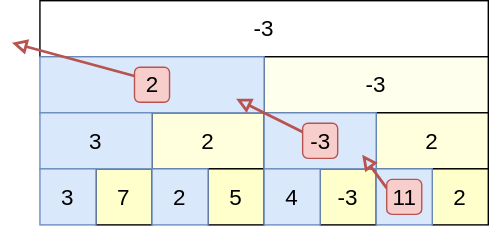
Kyoroid/algorithm keeps this draw.io diagram as source/data_structure/images/rmq_query_bottomup_r.svg. Above is the earlier version. Source tidied: cells renumbered, new cells last; positions are measured from the earlier drawing's top-left corner, leaving out a move shared by most shapes.
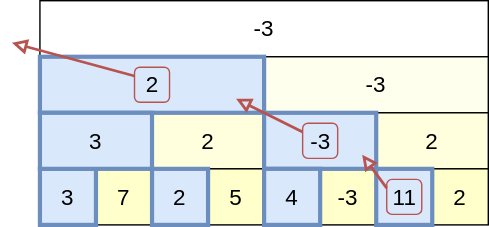
After the commit.

Change to the diagram source:
```diff
@@ -32,46 +32,55 @@
     <mxCell id="11" style="group;" parent="2" vertex="1">
       <mxGeometry y="40" width="280" height="120" as="geometry" />
     </mxCell>
-    <mxCell id="12" style="rounded=0;whiteSpace=wrap;html=1;fontSize=16;fillColor=#dae8fc;strokeColor=#6c8ebf;" parent="11" vertex="1">
+    <mxCell id="12" style="rounded=0;whiteSpace=wrap;html=1;fontSize=16;fillColor=#dae8fc;strokeColor=#6c8ebf;strokeWidth=3;" parent="11" vertex="1">
       <mxGeometry width="160" height="40" as="geometry" />
     </mxCell>
     <mxCell id="13" value="3" style="rounded=0;whiteSpace=wrap;html=1;fontSize=16;fillColor=#dae8fc;strokeColor=#6c8ebf;" parent="11" vertex="1">
       <mxGeometry y="40" width="80" height="40" as="geometry" />
     </mxCell>
-    <mxCell id="14" style="rounded=0;whiteSpace=wrap;html=1;fontSize=16;fillColor=#dae8fc;strokeColor=#6c8ebf;" parent="11" vertex="1">
+    <mxCell id="14" style="rounded=0;whiteSpace=wrap;html=1;fontSize=16;fillColor=#dae8fc;strokeColor=#6c8ebf;strokeWidth=3;" parent="11" vertex="1">
       <mxGeometry x="160" y="40" width="80" height="40" as="geometry" />
     </mxCell>
-    <mxCell id="15" value="3" style="rounded=0;whiteSpace=wrap;html=1;fontSize=16;fillColor=#dae8fc;strokeColor=#6c8ebf;" parent="11" vertex="1">
+    <mxCell id="15" value="3" style="rounded=0;whiteSpace=wrap;html=1;fontSize=16;fillColor=#dae8fc;strokeColor=#6c8ebf;strokeWidth=3;" parent="11" vertex="1">
       <mxGeometry y="80" width="40" height="40" as="geometry" />
     </mxCell>
-    <mxCell id="16" value="2" style="rounded=0;whiteSpace=wrap;html=1;fontSize=16;fillColor=#dae8fc;strokeColor=#6c8ebf;" parent="11" vertex="1">
+    <mxCell id="16" value="2" style="rounded=0;whiteSpace=wrap;html=1;fontSize=16;fillColor=#dae8fc;strokeColor=#6c8ebf;strokeWidth=3;" parent="11" vertex="1">
       <mxGeometry x="80" y="80" width="40" height="40" as="geometry" />
     </mxCell>
-    <mxCell id="17" value="4" style="rounded=0;whiteSpace=wrap;html=1;fontSize=16;fillColor=#dae8fc;strokeColor=#6c8ebf;" parent="11" vertex="1">
+    <mxCell id="17" value="4" style="rounded=0;whiteSpace=wrap;html=1;fontSize=16;fillColor=#dae8fc;strokeColor=#6c8ebf;strokeWidth=3;" parent="11" vertex="1">
       <mxGeometry x="160" y="80" width="40" height="40" as="geometry" />
     </mxCell>
-    <mxCell id="18" style="rounded=0;whiteSpace=wrap;html=1;fontSize=16;fillColor=#dae8fc;strokeColor=#6c8ebf;" parent="11" vertex="1">
+    <mxCell id="18" style="rounded=0;whiteSpace=wrap;html=1;fontSize=16;fillColor=#dae8fc;strokeColor=#6c8ebf;strokeWidth=3;" parent="11" vertex="1">
       <mxGeometry x="240" y="80" width="40" height="40" as="geometry" />
     </mxCell>
-    <mxCell id="19" style="edgeStyle=none;rounded=0;jettySize=auto;html=1;exitX=0;exitY=0.25;exitDx=0;exitDy=0;entryX=0.875;entryY=0.75;entryDx=0;entryDy=0;entryPerimeter=0;endArrow=block;endFill=0;strokeWidth=2;fontSize=16;fillColor=#f8cecc;strokeColor=#b85450;" parent="11" edge="1" source="20" target="12">
-      <mxGeometry relative="1" as="geometry" />
+    <mxCell id="19" style="group;" parent="11" vertex="1">
+      <mxGeometry x="67.5" y="7.5" width="145" height="65" as="geometry" />
     </mxCell>
-    <mxCell id="20" value="-3" style="rounded=1;whiteSpace=wrap;html=1;fillColor=#f8cecc;fontSize=16;strokeColor=#b85450;" parent="11" vertex="1">
-      <mxGeometry x="187.5" y="47.5" width="25" height="25" as="geometry" />
+    <mxCell id="20" style="group;" parent="19" vertex="1">
+      <mxGeometry width="145" height="65" as="geometry" />
     </mxCell>
-    <mxCell id="21" value="2" style="rounded=1;whiteSpace=wrap;html=1;fillColor=#f8cecc;fontSize=16;strokeColor=#b85450;" parent="11" vertex="1">
-      <mxGeometry x="67.5" y="7.5" width="25" height="25" as="geometry" />
+    <mxCell id="21" value="-3" style="rounded=1;whiteSpace=wrap;html=1;fillColor=none;fontSize=16;strokeColor=#b85450;" parent="20" vertex="1">
+      <mxGeometry x="120" y="40" width="25" height="25" as="geometry" />
     </mxCell>
-    <mxCell id="22" style="edgeStyle=none;rounded=0;jettySize=auto;html=1;exitX=0;exitY=0.25;exitDx=0;exitDy=0;entryX=0.875;entryY=0.75;entryDx=0;entryDy=0;entryPerimeter=0;endArrow=block;endFill=0;strokeWidth=2;fontSize=16;fillColor=#f8cecc;strokeColor=#b85450;" parent="1" edge="1" source="23" target="14">
-      <mxGeometry relative="1" as="geometry" />
+    <mxCell id="22" value="2" style="rounded=1;whiteSpace=wrap;html=1;fillColor=none;fontSize=16;strokeColor=#b85450;" parent="20" vertex="1">
+      <mxGeometry width="25" height="25" as="geometry" />
     </mxCell>
-    <mxCell id="23" value="11" style="rounded=1;whiteSpace=wrap;html=1;fillColor=#f8cecc;fontSize=16;strokeColor=#b85450;" parent="1" vertex="1">
-      <mxGeometry x="267.5" y="127.5" width="25" height="25" as="geometry" />
+    <mxCell id="23" style="edgeStyle=none;rounded=0;jettySize=auto;html=1;exitX=0;exitY=0.25;exitDx=0;exitDy=0;entryX=0.875;entryY=0.75;entryDx=0;entryDy=0;entryPerimeter=0;endArrow=block;endFill=0;strokeWidth=2;fontSize=16;fillColor=#f8cecc;strokeColor=#b85450;" parent="11" edge="1" source="21" target="12">
+      <mxGeometry relative="1" as="geometry" />
     </mxCell>
-    <mxCell id="24" style="edgeStyle=none;rounded=0;jettySize=auto;html=1;exitX=0;exitY=0.25;exitDx=0;exitDy=0;endArrow=block;endFill=0;strokeWidth=2;fontSize=16;fillColor=#f8cecc;strokeColor=#b85450;" parent="1" edge="1" source="21">
-      <mxGeometry relative="1" as="geometry">
-        <mxPoint y="30" as="targetPoint" />
-      </mxGeometry>
+    <mxCell id="24" value="3" style="rounded=0;whiteSpace=wrap;html=1;fontSize=16;fillColor=#dae8fc;strokeColor=#6c8ebf;strokeWidth=3;" parent="11" vertex="1">
+      <mxGeometry y="40" width="80" height="40" as="geometry" />
     </mxCell>
+    <mxCell id="25" style="edgeStyle=none;rounded=0;jettySize=auto;html=1;exitX=0;exitY=0.25;exitDx=0;exitDy=0;entryX=0.875;entryY=0.75;entryDx=0;entryDy=0;entryPerimeter=0;endArrow=block;endFill=0;strokeWidth=2;fontSize=16;fillColor=#f8cecc;strokeColor=#b85450;" parent="1" edge="1" source="26" target="14">
+      <mxGeometry relative="1" as="geometry" />
+    </mxCell>
+    <mxCell id="26" value="11" style="rounded=1;whiteSpace=wrap;html=1;fillColor=none;fontSize=16;strokeColor=#b85450;" parent="1" vertex="1">
+      <mxGeometry x="267.5" y="127.5" width="25" height="25" as="geometry" />
+    </mxCell>
+    <mxCell id="27" style="edgeStyle=none;rounded=0;jettySize=auto;html=1;exitX=0;exitY=0.25;exitDx=0;exitDy=0;endArrow=block;endFill=0;strokeWidth=2;fontSize=16;fillColor=#f8cecc;strokeColor=#b85450;" parent="1" edge="1" source="22">
+      <mxGeometry relative="1" as="geometry">
+        <mxPoint y="30" as="targetPoint" />
+      </mxGeometry>
+    </mxCell>
   </root>
 </mxGraphModel>
```
